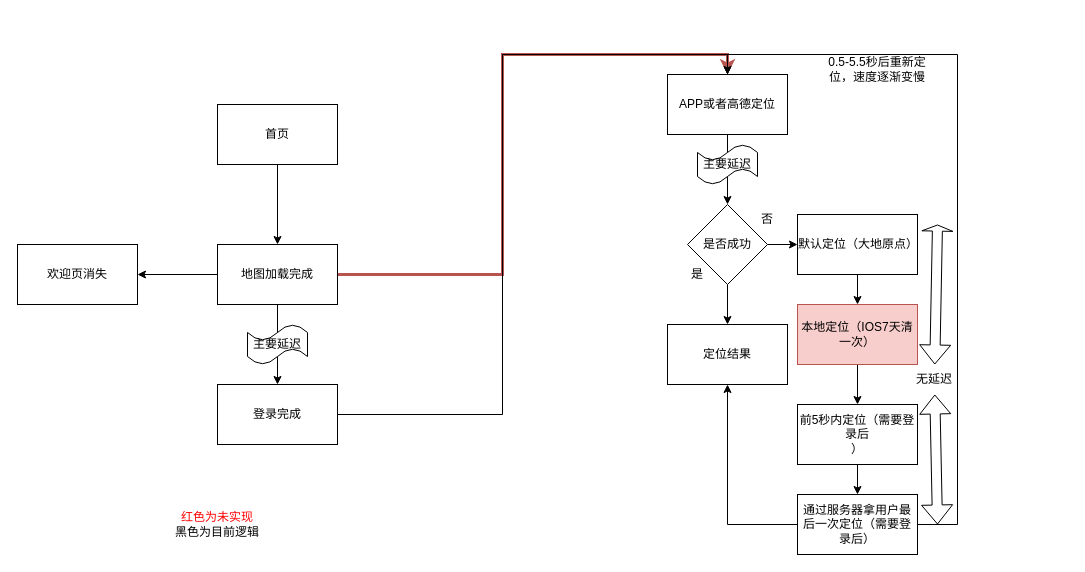
The draw.io diagram 定位与兜底与登录状态的关系.drawio in Alan1034/heycars_h5, before the edit. Source tidied: cells renumbered, new cells numbered last; positions are measured from the earlier drawing's top-left corner, leaving out a move shared by most shapes. Both pictures are drawn from the tidied source at 100%, with x=0, y=0 at pixel (17, 54).
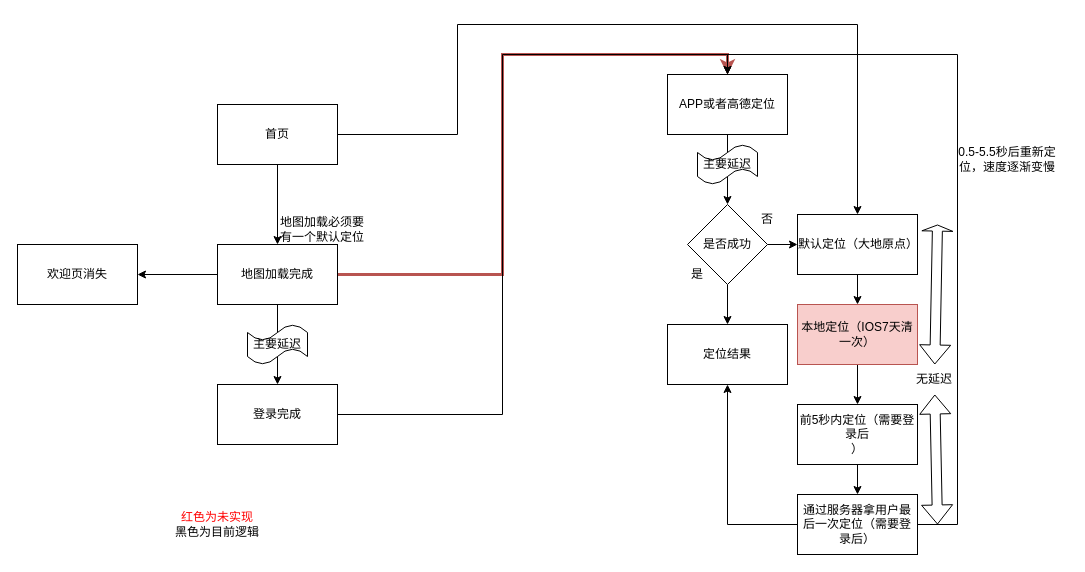
Above is the later version.

Commit message (it also covers changes not shown here):
更新定位与兜底与登录状态的关系.drawio

Unchanged cells that the change refers to:
```xml
<mxCell id="3" value="首页" style="rounded=0;whiteSpace=wrap;html=1;" parent="1" vertex="1">
  <mxGeometry x="200" y="50" width="120" height="60" as="geometry" />
</mxCell>
<mxCell id="16" value="默认定位（大地原点）" style="whiteSpace=wrap;html=1;rounded=0;" parent="1" vertex="1">
  <mxGeometry x="780" y="160" width="120" height="60" as="geometry" />
</mxCell>
```

Change to the diagram source:
```diff
@@
+    <mxCell id="35" style="edgeStyle=orthogonalEdgeStyle;rounded=0;jettySize=auto;html=1;entryX=0.5;entryY=0;entryDx=0;entryDy=0;exitX=1;exitY=0.5;exitDx=0;exitDy=0;" parent="1" edge="1" source="3" target="16">
+      <mxGeometry relative="1" as="geometry">
+        <Array as="points">
+          <mxPoint x="440" y="80" />
+          <mxPoint x="440" y="-30" />
+          <mxPoint x="840" y="-30" />
+        </Array>
+      </mxGeometry>
+    </mxCell>
@@
     <mxCell id="28" value="0.5-5.5秒后重新定位，速度逐渐变慢" style="text;html=1;strokeColor=none;fillColor=none;align=center;verticalAlign=middle;whiteSpace=wrap;rounded=0;" parent="1" vertex="1">
-      <mxGeometry x="800" width="120" height="30" as="geometry" />
+      <mxGeometry x="930" y="90" width="120" height="30" as="geometry" />
     </mxCell>
@@
+    <mxCell id="36" value="地图加载必须要有一个默认定位" style="text;html=1;strokeColor=none;fillColor=none;align=center;verticalAlign=middle;whiteSpace=wrap;rounded=0;" parent="1" vertex="1">
+      <mxGeometry x="260" y="160" width="90" height="30" as="geometry" />
+    </mxCell>
```
